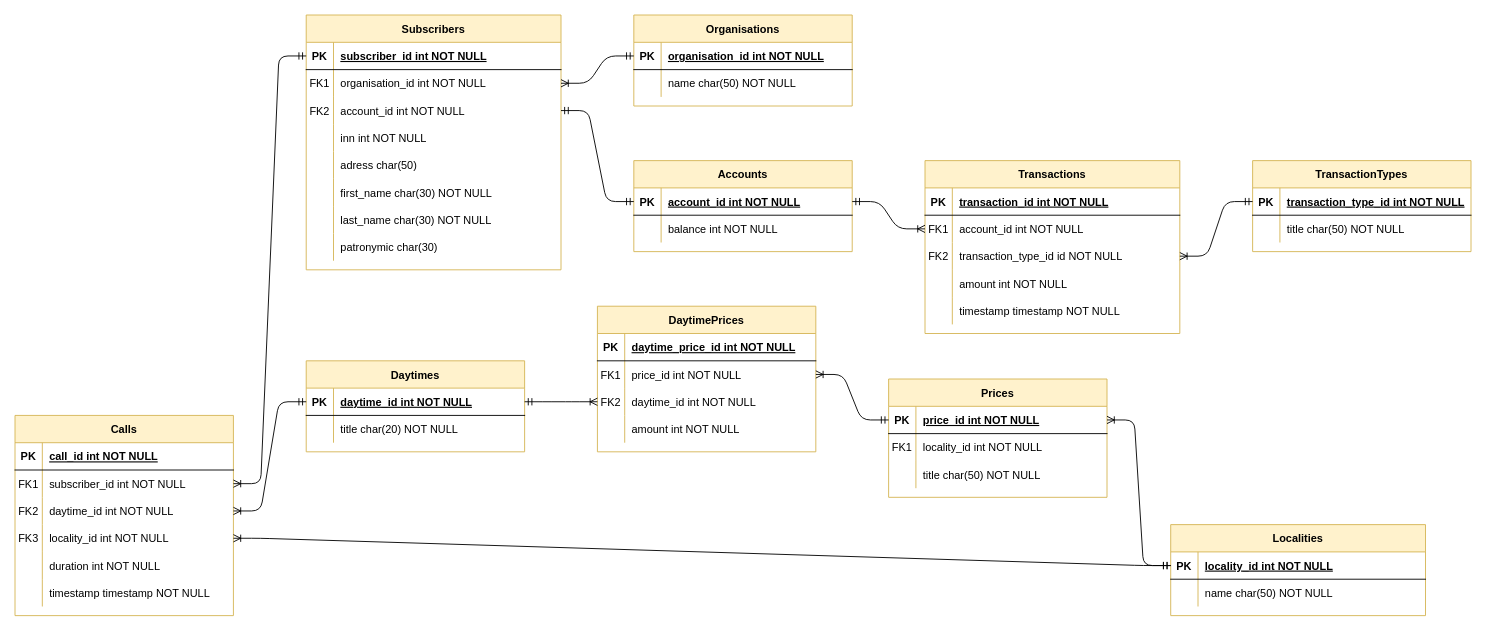
The draw.io diagram DBSchema.drawio in temoncher/telephone-company-api, before the edit. Source tidied: cells renumbered, new cells numbered last; positions are measured from the earlier drawing's top-left corner, leaving out a move shared by most shapes. Both pictures are drawn from the tidied source at 91%, with x=0, y=0 at pixel (15, 15).
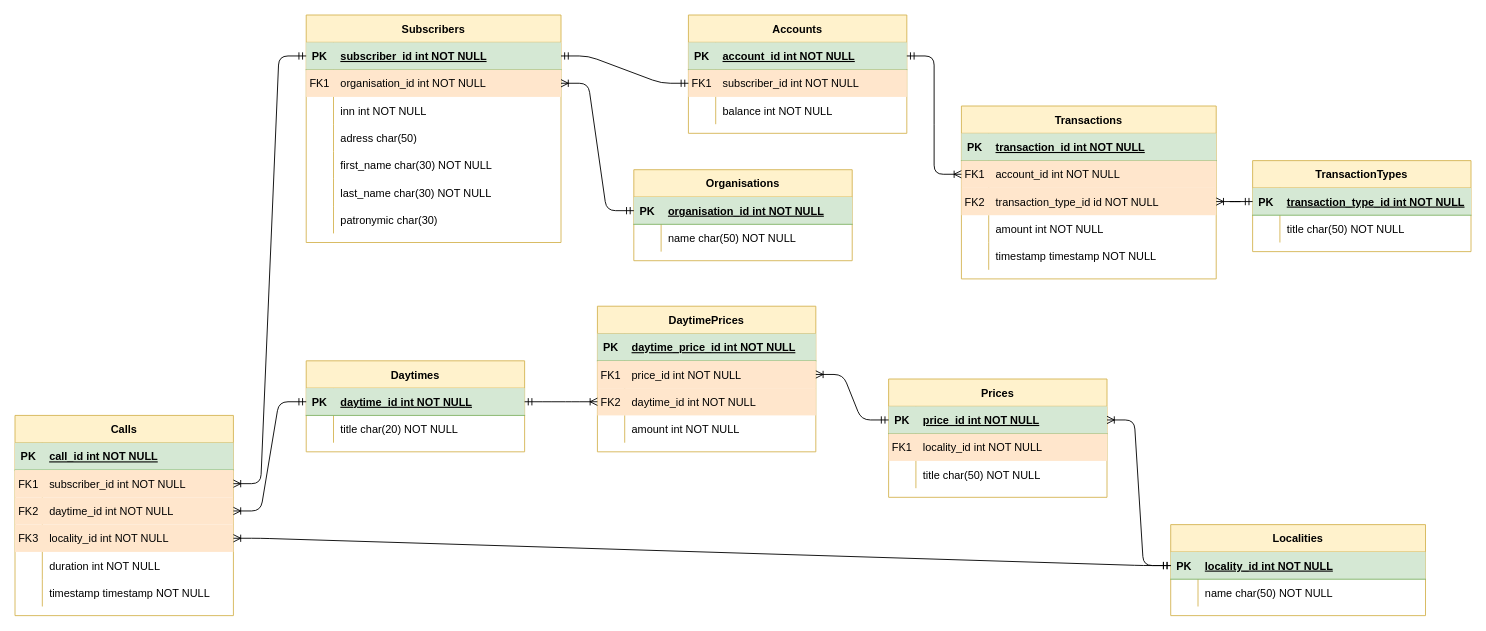
After the change.

Unchanged cells that the change refers to:
```xml
<mxCell id="58" value="Localities" style="shape=table;startSize=30;childLayout=tableLayout;rowLines=0;fontStyle=1;align=center;rounded=0;shadow=0;sketch=0;fillColor=#fff2cc;strokeColor=#d6b656;" parent="1" vertex="1">
  <mxGeometry x="1270" y="560" width="280" height="100" as="geometry" />
</mxCell>
<mxCell id="65" value="Prices" style="shape=table;startSize=30;childLayout=tableLayout;rowLines=0;fontStyle=1;align=center;rounded=0;shadow=0;sketch=0;fillColor=#fff2cc;strokeColor=#d6b656;" parent="1" vertex="1">
  <mxGeometry x="960" y="400" width="240" height="130" as="geometry" />
</mxCell>
<mxCell id="75" value="DaytimePrices" style="shape=table;startSize=30;childLayout=tableLayout;rowLines=0;fontStyle=1;align=center;rounded=0;shadow=0;sketch=0;fillColor=#fff2cc;strokeColor=#d6b656;" parent="1" vertex="1">
  <mxGeometry x="640" y="320" width="240" height="160" as="geometry" />
</mxCell>
<mxCell id="92" value="Calls" style="shape=table;startSize=30;childLayout=tableLayout;rowLines=0;fontStyle=1;align=center;rounded=0;shadow=0;sketch=0;fillColor=#fff2cc;strokeColor=#d6b656;" parent="1" vertex="1">
  <mxGeometry y="440" width="240" height="220" as="geometry" />
</mxCell>
<mxCell id="113" value="Daytimes" style="shape=table;startSize=30;childLayout=tableLayout;rowLines=0;fontStyle=1;align=center;rounded=0;shadow=0;sketch=0;fillColor=#fff2cc;strokeColor=#d6b656;" parent="1" vertex="1">
  <mxGeometry x="320" y="380" width="240" height="100" as="geometry" />
</mxCell>
<mxCell id="122" value="TransactionTypes" style="shape=table;startSize=30;childLayout=tableLayout;rowLines=0;fontStyle=1;align=center;rounded=0;shadow=0;sketch=0;fillColor=#fff2cc;strokeColor=#d6b656;" parent="1" vertex="1">
  <mxGeometry x="1360" y="160" width="240" height="100" as="geometry" />
</mxCell>
```

Change to the diagram source:
```diff
@@
     <mxCell id="2" value="Organisations" style="shape=table;startSize=30;childLayout=tableLayout;rowLines=0;fontStyle=1;align=center;fillColor=#fff2cc;strokeColor=#d6b656;" parent="1" vertex="1">
-      <mxGeometry x="680" width="240" height="100" as="geometry" />
+      <mxGeometry x="680" y="170" width="240" height="100" as="geometry" />
     </mxCell>
-    <mxCell id="3" style="shape=partialRectangle;fillColor=none;points=[[0,0.5],[1,0.5]];portConstraint=eastwest;top=0;left=0;right=0;bottom=1;" parent="2" vertex="1">
+    <mxCell id="3" style="shape=partialRectangle;fillColor=#d5e8d4;points=[[0,0.5],[1,0.5]];portConstraint=eastwest;top=0;left=0;right=0;bottom=1;strokeColor=#82b366;" parent="2" vertex="1">
       <mxGeometry y="30" width="240" height="30" as="geometry" />
     </mxCell>
@@
     <mxCell id="9" value="Accounts" style="shape=table;startSize=30;childLayout=tableLayout;rowLines=0;fontStyle=1;align=center;fillColor=#fff2cc;strokeColor=#d6b656;" parent="1" vertex="1">
-      <mxGeometry x="680" y="160" width="240" height="100" as="geometry" />
+      <mxGeometry x="740" width="240" height="130" as="geometry" />
     </mxCell>
-    <mxCell id="10" style="shape=partialRectangle;fillColor=none;points=[[0,0.5],[1,0.5]];portConstraint=eastwest;top=0;left=0;right=0;bottom=1;" parent="9" vertex="1">
+    <mxCell id="10" style="shape=partialRectangle;fillColor=#d5e8d4;points=[[0,0.5],[1,0.5]];portConstraint=eastwest;top=0;left=0;right=0;bottom=1;strokeColor=#82b366;" parent="9" vertex="1">
       <mxGeometry y="30" width="240" height="30" as="geometry" />
     </mxCell>
@@
-    <mxCell id="13" style="shape=partialRectangle;fillColor=none;points=[[0,0.5],[1,0.5]];portConstraint=eastwest;top=0;left=0;right=0;bottom=0;" parent="9" vertex="1">
+    <mxCell id="13" style="shape=partialRectangle;fillColor=#ffe6cc;points=[[0,0.5],[1,0.5]];portConstraint=eastwest;top=0;left=0;right=0;bottom=0;strokeColor=#d79b00;" parent="9" vertex="1">
       <mxGeometry y="60" width="240" height="30" as="geometry" />
     </mxCell>
-    <mxCell id="14" style="shape=partialRectangle;overflow=hidden;fillColor=none;top=0;left=0;bottom=0;right=0;" parent="13" vertex="1">
+    <mxCell id="14" value="FK1" style="shape=partialRectangle;overflow=hidden;fillColor=none;top=0;left=0;bottom=0;right=0;" parent="13" vertex="1">
       <mxGeometry width="30" height="30" as="geometry" />
     </mxCell>
-    <mxCell id="15" value="balance int NOT NULL" style="shape=partialRectangle;overflow=hidden;fillColor=none;top=0;left=0;bottom=0;right=0;align=left;spacingLeft=6;" parent="13" vertex="1">
+    <mxCell id="15" value="subscriber_id int NOT NULL" style="shape=partialRectangle;overflow=hidden;fillColor=none;top=0;left=0;bottom=0;right=0;align=left;spacingLeft=6;" parent="13" vertex="1">
       <mxGeometry x="30" width="210" height="30" as="geometry" />
     </mxCell>
+    <mxCell id="130" style="shape=partialRectangle;fillColor=none;top=0;left=0;right=0;bottom=0;" parent="9" vertex="1">
+      <mxGeometry y="90" width="240" height="30" as="geometry" />
+    </mxCell>
+    <mxCell id="131" style="shape=partialRectangle;overflow=hidden;fillColor=none;top=0;left=0;bottom=0;right=0;" parent="130" vertex="1">
+      <mxGeometry width="30" height="30" as="geometry" />
+    </mxCell>
+    <mxCell id="132" value="balance int NOT NULL" style="shape=partialRectangle;overflow=hidden;fillColor=none;top=0;left=0;bottom=0;right=0;align=left;spacingLeft=6;" parent="130" vertex="1">
+      <mxGeometry x="30" width="210" height="30" as="geometry" />
+    </mxCell>
     <mxCell id="16" value="Subscribers" style="shape=table;startSize=30;childLayout=tableLayout;rowLines=0;fontStyle=1;align=center;rounded=0;sketch=0;shadow=0;fillColor=#fff2cc;strokeColor=#d6b656;" parent="1" vertex="1">
-      <mxGeometry x="320" width="280" height="280" as="geometry" />
+      <mxGeometry x="320" width="280" height="250" as="geometry" />
     </mxCell>
-    <mxCell id="17" style="shape=partialRectangle;fillColor=none;points=[[0,0.5],[1,0.5]];portConstraint=eastwest;top=0;left=0;right=0;bottom=1;" parent="16" vertex="1">
+    <mxCell id="17" style="shape=partialRectangle;fillColor=#d5e8d4;points=[[0,0.5],[1,0.5]];portConstraint=eastwest;top=0;left=0;right=0;bottom=1;strokeColor=#82b366;" parent="16" vertex="1">
       <mxGeometry y="30" width="280" height="30" as="geometry" />
     </mxCell>
@@
-    <mxCell id="20" style="shape=partialRectangle;fillColor=none;points=[[0,0.5],[1,0.5]];portConstraint=eastwest;top=0;left=0;right=0;bottom=0;" parent="16" vertex="1">
+    <mxCell id="20" style="shape=partialRectangle;fillColor=#ffe6cc;points=[[0,0.5],[1,0.5]];portConstraint=eastwest;top=0;left=0;right=0;bottom=0;strokeColor=#d79b00;" parent="16" vertex="1">
       <mxGeometry y="60" width="280" height="30" as="geometry" />
     </mxCell>
@@
-    <mxCell id="23" style="shape=partialRectangle;fillColor=none;points=[[0,0.5],[1,0.5]];portConstraint=eastwest;top=0;left=0;right=0;bottom=0;" parent="16" vertex="1">
-      <mxGeometry y="90" width="280" height="30" as="geometry" />
-    </mxCell>
-    <mxCell id="24" value="FK2" style="shape=partialRectangle;overflow=hidden;fillColor=none;top=0;left=0;bottom=0;right=0;" parent="23" vertex="1">
-      <mxGeometry width="30" height="30" as="geometry" />
-    </mxCell>
-    <mxCell id="25" value="account_id int NOT NULL" style="shape=partialRectangle;overflow=hidden;fillColor=none;top=0;left=0;bottom=0;right=0;align=left;spacingLeft=6;" parent="23" vertex="1">
-      <mxGeometry x="30" width="250" height="30" as="geometry" />
-    </mxCell>
     <mxCell id="26" style="shape=partialRectangle;fillColor=none;top=0;left=0;right=0;bottom=0;" parent="16" vertex="1">
-      <mxGeometry y="120" width="280" height="30" as="geometry" />
+      <mxGeometry y="90" width="280" height="30" as="geometry" />
     </mxCell>
@@
     <mxCell id="29" style="shape=partialRectangle;fillColor=none;top=0;left=0;right=0;bottom=0;" parent="16" vertex="1">
-      <mxGeometry y="150" width="280" height="30" as="geometry" />
+      <mxGeometry y="120" width="280" height="30" as="geometry" />
     </mxCell>
@@
     <mxCell id="32" style="shape=partialRectangle;fillColor=none;top=0;left=0;right=0;bottom=0;" parent="16" vertex="1">
-      <mxGeometry y="180" width="280" height="30" as="geometry" />
+      <mxGeometry y="150" width="280" height="30" as="geometry" />
     </mxCell>
@@
     <mxCell id="35" style="shape=partialRectangle;fillColor=none;top=0;left=0;right=0;bottom=0;" parent="16" vertex="1">
-      <mxGeometry y="210" width="280" height="30" as="geometry" />
+      <mxGeometry y="180" width="280" height="30" as="geometry" />
     </mxCell>
@@
     <mxCell id="38" style="shape=partialRectangle;fillColor=none;top=0;left=0;right=0;bottom=0;" parent="16" vertex="1">
-      <mxGeometry y="240" width="280" height="30" as="geometry" />
+      <mxGeometry y="210" width="280" height="30" as="geometry" />
     </mxCell>
@@
-    <mxCell id="41" style="edgeStyle=entityRelationEdgeStyle;fontSize=12;html=1;endArrow=ERmandOne;startArrow=ERmandOne;exitX=1;exitY=0.5;exitDx=0;exitDy=0;entryX=0;entryY=0.5;entryDx=0;entryDy=0;" parent="1" edge="1" source="23" target="10">
+    <mxCell id="41" style="edgeStyle=entityRelationEdgeStyle;fontSize=12;html=1;endArrow=ERmandOne;startArrow=ERmandOne;exitX=1;exitY=0.5;exitDx=0;exitDy=0;entryX=0;entryY=0.5;entryDx=0;entryDy=0;" parent="1" edge="1" source="17" target="13">
       <mxGeometry relative="1" as="geometry" />
     </mxCell>
     <mxCell id="42" value="Transactions" style="shape=table;startSize=30;childLayout=tableLayout;rowLines=0;fontStyle=1;align=center;rounded=0;shadow=0;sketch=0;fillColor=#fff2cc;strokeColor=#d6b656;" parent="1" vertex="1">
-      <mxGeometry x="1000" y="160" width="280" height="190" as="geometry" />
+      <mxGeometry x="1040" y="100" width="280" height="190" as="geometry" />
     </mxCell>
-    <mxCell id="43" style="shape=partialRectangle;fillColor=none;top=0;left=0;bottom=1;right=0;" parent="42" vertex="1">
+    <mxCell id="43" style="shape=partialRectangle;fillColor=#d5e8d4;top=0;left=0;bottom=1;right=0;strokeColor=#82b366;" parent="42" vertex="1">
       <mxGeometry y="30" width="280" height="30" as="geometry" />
     </mxCell>
@@
-    <mxCell id="46" style="shape=partialRectangle;fillColor=none;top=0;left=0;bottom=0;right=0;points=[[0,0.5],[1,0.5]];portConstraint=eastwest;" parent="42" vertex="1">
+    <mxCell id="46" style="shape=partialRectangle;fillColor=#ffe6cc;top=0;left=0;bottom=0;right=0;points=[[0,0.5],[1,0.5]];portConstraint=eastwest;strokeColor=#d79b00;" parent="42" vertex="1">
       <mxGeometry y="60" width="280" height="30" as="geometry" />
     </mxCell>
@@
-    <mxCell id="49" style="shape=partialRectangle;fillColor=none;top=0;left=0;bottom=0;right=0;points=[[0,0.5],[1,0.5]];portConstraint=eastwest;" parent="42" vertex="1">
+    <mxCell id="49" style="shape=partialRectangle;fillColor=#ffe6cc;top=0;left=0;bottom=0;right=0;points=[[0,0.5],[1,0.5]];portConstraint=eastwest;strokeColor=#d79b00;" parent="42" vertex="1">
       <mxGeometry y="90" width="280" height="30" as="geometry" />
     </mxCell>
@@
-    <mxCell id="59" style="shape=partialRectangle;fillColor=none;top=0;left=0;bottom=1;right=0;points=[[0,0.5],[1,0.5]];portConstraint=eastwest;" parent="58" vertex="1">
+    <mxCell id="59" style="shape=partialRectangle;fillColor=#d5e8d4;top=0;left=0;bottom=1;right=0;points=[[0,0.5],[1,0.5]];portConstraint=eastwest;strokeColor=#82b366;" parent="58" vertex="1">
       <mxGeometry y="30" width="280" height="30" as="geometry" />
     </mxCell>
@@
-    <mxCell id="66" style="shape=partialRectangle;fillColor=none;top=0;left=0;bottom=1;right=0;points=[[0,0.5],[1,0.5]];portConstraint=eastwest;" parent="65" vertex="1">
+    <mxCell id="66" style="shape=partialRectangle;fillColor=#d5e8d4;top=0;left=0;bottom=1;right=0;points=[[0,0.5],[1,0.5]];portConstraint=eastwest;strokeColor=#82b366;" parent="65" vertex="1">
       <mxGeometry y="30" width="240" height="30" as="geometry" />
     </mxCell>
@@
-    <mxCell id="69" style="shape=partialRectangle;fillColor=none;top=0;left=0;bottom=0;right=0;" parent="65" vertex="1">
+    <mxCell id="69" style="shape=partialRectangle;fillColor=#ffe6cc;top=0;left=0;bottom=0;right=0;strokeColor=#d79b00;" parent="65" vertex="1">
       <mxGeometry y="60" width="240" height="30" as="geometry" />
     </mxCell>
@@
-    <mxCell id="76" style="shape=partialRectangle;fillColor=none;top=0;left=0;bottom=1;right=0;" parent="75" vertex="1">
+    <mxCell id="76" style="shape=partialRectangle;fillColor=#d5e8d4;top=0;left=0;bottom=1;right=0;strokeColor=#82b366;" parent="75" vertex="1">
       <mxGeometry y="30" width="240" height="30" as="geometry" />
     </mxCell>
@@
-    <mxCell id="79" style="shape=partialRectangle;fillColor=none;top=0;left=0;bottom=0;right=0;points=[[0,0.5],[1,0.5]];portConstraint=eastwest;" parent="75" vertex="1">
+    <mxCell id="79" style="shape=partialRectangle;fillColor=#ffe6cc;top=0;left=0;bottom=0;right=0;points=[[0,0.5],[1,0.5]];portConstraint=eastwest;strokeColor=#d79b00;" parent="75" vertex="1">
       <mxGeometry y="60" width="240" height="30" as="geometry" />
     </mxCell>
@@
-    <mxCell id="82" style="shape=partialRectangle;fillColor=none;top=0;left=0;bottom=0;right=0;points=[[0,0.5],[1,0.5]];portConstraint=eastwest;" parent="75" vertex="1">
+    <mxCell id="82" style="shape=partialRectangle;fillColor=#ffe6cc;top=0;left=0;bottom=0;right=0;points=[[0,0.5],[1,0.5]];portConstraint=eastwest;strokeColor=#d79b00;" parent="75" vertex="1">
       <mxGeometry y="90" width="240" height="30" as="geometry" />
     </mxCell>
@@
-    <mxCell id="93" style="shape=partialRectangle;fillColor=none;top=0;left=0;bottom=1;right=0;" parent="92" vertex="1">
+    <mxCell id="93" style="shape=partialRectangle;fillColor=#d5e8d4;top=0;left=0;bottom=1;right=0;strokeColor=#82b366;" parent="92" vertex="1">
       <mxGeometry y="30" width="240" height="30" as="geometry" />
     </mxCell>
@@
-    <mxCell id="96" style="shape=partialRectangle;fillColor=none;top=0;left=0;bottom=0;right=0;points=[[0,0.5],[1,0.5]];portConstraint=eastwest;" parent="92" vertex="1">
+    <mxCell id="96" style="shape=partialRectangle;fillColor=#ffe6cc;top=0;left=0;bottom=0;right=0;points=[[0,0.5],[1,0.5]];portConstraint=eastwest;strokeColor=#d79b00;" parent="92" vertex="1">
       <mxGeometry y="60" width="240" height="30" as="geometry" />
     </mxCell>
@@
-    <mxCell id="99" style="shape=partialRectangle;fillColor=none;top=0;left=0;bottom=0;right=0;points=[[0,0.5],[1,0.5]];portConstraint=eastwest;" parent="92" vertex="1">
+    <mxCell id="99" style="shape=partialRectangle;fillColor=#ffe6cc;top=0;left=0;bottom=0;right=0;points=[[0,0.5],[1,0.5]];portConstraint=eastwest;strokeColor=#d79b00;" parent="92" vertex="1">
       <mxGeometry y="90" width="240" height="30" as="geometry" />
     </mxCell>
@@
-    <mxCell id="102" style="shape=partialRectangle;fillColor=none;top=0;left=0;bottom=0;right=0;points=[[0,0.5],[1,0.5]];portConstraint=eastwest;" parent="92" vertex="1">
+    <mxCell id="102" style="shape=partialRectangle;fillColor=#ffe6cc;top=0;left=0;bottom=0;right=0;points=[[0,0.5],[1,0.5]];portConstraint=eastwest;strokeColor=#d79b00;" parent="92" vertex="1">
       <mxGeometry y="120" width="240" height="30" as="geometry" />
     </mxCell>
@@
-    <mxCell id="114" style="shape=partialRectangle;fillColor=none;top=0;left=0;bottom=1;right=0;points=[[0,0.5],[1,0.5]];portConstraint=eastwest;" parent="113" vertex="1">
+    <mxCell id="114" style="shape=partialRectangle;fillColor=#d5e8d4;top=0;left=0;bottom=1;right=0;points=[[0,0.5],[1,0.5]];portConstraint=eastwest;strokeColor=#82b366;" parent="113" vertex="1">
       <mxGeometry y="30" width="240" height="30" as="geometry" />
     </mxCell>
@@
-    <mxCell id="123" style="shape=partialRectangle;fillColor=none;top=0;left=0;bottom=1;right=0;points=[[0,0.5],[1,0.5]];portConstraint=eastwest;" parent="122" vertex="1">
+    <mxCell id="123" style="shape=partialRectangle;fillColor=#d5e8d4;top=0;left=0;bottom=1;right=0;points=[[0,0.5],[1,0.5]];portConstraint=eastwest;strokeColor=#82b366;" parent="122" vertex="1">
       <mxGeometry y="30" width="240" height="30" as="geometry" />
     </mxCell>
```
